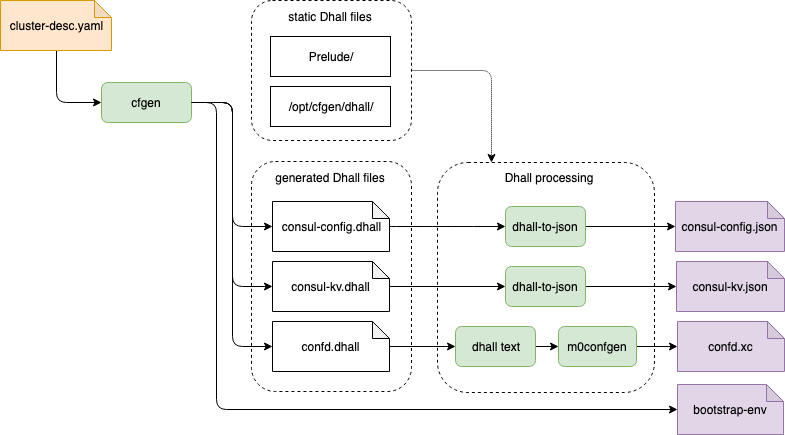
The draw.io diagram rfc/3/cfgen.png in Seagate/cortx-hare, before a commit. Source tidied: cells renumbered, new cells last; positions are measured from the earlier drawing's top-left corner, leaving out a move shared by most shapes.
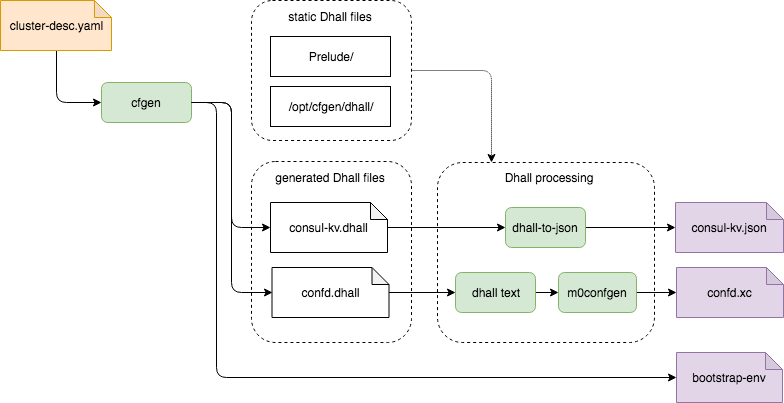
Later version of the same file.

Commit message:
rfc/{3,6}: bootstrap update - don't copy consul config files

The edit, as a diff of the source:
```diff
@@ -12,52 +12,40 @@
       <mxGeometry x="245" y="6" width="170" height="20" as="geometry" />
     </mxCell>
     <mxCell id="5" style="rounded=1;whiteSpace=wrap;html=1;arcSize=14;dashed=1;" parent="1" vertex="1">
-      <mxGeometry x="437" y="162" width="217" height="230" as="geometry" />
+      <mxGeometry x="437" y="162" width="217" height="180" as="geometry" />
     </mxCell>
     <mxCell id="6" style="rounded=1;whiteSpace=wrap;html=1;dashed=1;" parent="1" vertex="1">
-      <mxGeometry x="251" y="161" width="160" height="230" as="geometry" />
+      <mxGeometry x="251" y="161" width="160" height="181" as="geometry" />
     </mxCell>
     <mxCell id="7" style="edgeStyle=orthogonalEdgeStyle;rounded=0;jettySize=auto;html=1;" parent="1" edge="1" source="8" target="13">
       <mxGeometry relative="1" as="geometry" />
     </mxCell>
     <mxCell id="8" value="confd.dhall" style="shape=note;whiteSpace=wrap;html=1;backgroundOutline=1;darkOpacity=0.05;size=17;" parent="1" vertex="1">
-      <mxGeometry x="272" y="321" width="117" height="50" as="geometry" />
+      <mxGeometry x="271.5" y="267" width="117" height="50" as="geometry" />
     </mxCell>
     <mxCell id="9" style="edgeStyle=orthogonalEdgeStyle;rounded=0;jettySize=auto;html=1;entryX=0;entryY=0.5;entryDx=0;entryDy=0;" parent="1" edge="1" source="29" target="27">
       <mxGeometry relative="1" as="geometry" />
     </mxCell>
-    <mxCell id="10" style="edgeStyle=orthogonalEdgeStyle;curved=1;jettySize=auto;html=1;entryX=0;entryY=0.5;entryDx=0;entryDy=0;" parent="1" edge="1" source="11" target="28">
-      <mxGeometry relative="1" as="geometry" />
-    </mxCell>
-    <mxCell id="11" value="consul-config.dhall" style="shape=note;whiteSpace=wrap;html=1;backgroundOutline=1;darkOpacity=0.05;size=17;" parent="1" vertex="1">
-      <mxGeometry x="272" y="201" width="117" height="50" as="geometry" />
-    </mxCell>
     <mxCell id="12" style="edgeStyle=orthogonalEdgeStyle;rounded=0;jettySize=auto;html=1;exitX=1;exitY=0.5;exitDx=0;exitDy=0;entryX=0;entryY=0.5;entryDx=0;entryDy=0;" parent="1" edge="1" source="13" target="17">
       <mxGeometry relative="1" as="geometry" />
     </mxCell>
     <mxCell id="13" value="dhall text" style="rounded=1;whiteSpace=wrap;html=1;fillColor=#D5E8D4;strokeColor=#82B366;" parent="1" vertex="1">
-      <mxGeometry x="455" y="326" width="80" height="40" as="geometry" />
+      <mxGeometry x="455" y="272" width="80" height="40" as="geometry" />
     </mxCell>
     <mxCell id="14" style="edgeStyle=orthogonalEdgeStyle;rounded=0;jettySize=auto;html=1;exitX=1;exitY=0.5;exitDx=0;exitDy=0;entryX=0;entryY=0.5;entryDx=0;entryDy=0;entryPerimeter=0;" parent="1" edge="1" source="27" target="25">
       <mxGeometry relative="1" as="geometry" />
     </mxCell>
-    <mxCell id="15" style="edgeStyle=orthogonalEdgeStyle;rounded=0;jettySize=auto;html=1;exitX=1;exitY=0.5;exitDx=0;exitDy=0;entryX=0;entryY=0.5;entryDx=0;entryDy=0;entryPerimeter=0;" parent="1" edge="1" source="28" target="26">
-      <mxGeometry relative="1" as="geometry" />
-    </mxCell>
     <mxCell id="16" style="edgeStyle=orthogonalEdgeStyle;rounded=0;jettySize=auto;html=1;entryX=0;entryY=0.5;entryDx=0;entryDy=0;entryPerimeter=0;" parent="1" edge="1" source="17" target="24">
       <mxGeometry relative="1" as="geometry" />
     </mxCell>
     <mxCell id="17" value="m0confgen" style="rounded=1;whiteSpace=wrap;html=1;fontStyle=0;fillColor=#D5E8D4;strokeColor=#82B366;" parent="1" vertex="1">
-      <mxGeometry x="558" y="326" width="78" height="40" as="geometry" />
+      <mxGeometry x="558" y="272" width="78" height="40" as="geometry" />
     </mxCell>
-    <mxCell id="18" style="edgeStyle=orthogonalEdgeStyle;jettySize=auto;html=1;exitX=1;exitY=0.5;exitDx=0;exitDy=0;entryX=0;entryY=0.5;entryDx=0;entryDy=0;rounded=1;entryPerimeter=0;" parent="1" edge="1" source="20" target="11">
-      <mxGeometry relative="1" as="geometry" />
-    </mxCell>
     <mxCell id="19" style="edgeStyle=orthogonalEdgeStyle;rounded=1;jettySize=auto;html=1;exitX=1;exitY=0.5;exitDx=0;exitDy=0;entryX=0;entryY=0.5;entryDx=0;entryDy=0;entryPerimeter=0;startArrow=none;startFill=0;endArrow=classic;endFill=1;" parent="1" edge="1" source="20" target="30">
       <mxGeometry relative="1" as="geometry">
         <Array as="points">
           <mxPoint x="216" y="102" />
-          <mxPoint x="216" y="409" />
+          <mxPoint x="216" y="377" />
         </Array>
       </mxGeometry>
     </mxCell>
@@ -74,25 +62,19 @@
       <mxGeometry x="245" y="167" width="170" height="20" as="geometry" />
     </mxCell>
     <mxCell id="24" value="confd.xc" style="shape=note;whiteSpace=wrap;html=1;backgroundOutline=1;darkOpacity=0.05;size=17;fillColor=#e1d5e7;strokeColor=#9673a6;" parent="1" vertex="1">
-      <mxGeometry x="677" y="321" width="107" height="50" as="geometry" />
+      <mxGeometry x="676" y="267" width="107" height="50" as="geometry" />
     </mxCell>
     <mxCell id="25" value="consul-kv.json" style="shape=note;whiteSpace=wrap;html=1;backgroundOutline=1;darkOpacity=0.05;size=17;fillColor=#e1d5e7;strokeColor=#9673a6;" parent="1" vertex="1">
-      <mxGeometry x="676" y="261" width="108" height="50" as="geometry" />
+      <mxGeometry x="675" y="202" width="108" height="50" as="geometry" />
     </mxCell>
-    <mxCell id="26" value="consul-config.json" style="shape=note;whiteSpace=wrap;html=1;backgroundOutline=1;darkOpacity=0.05;size=17;fillColor=#e1d5e7;strokeColor=#9673a6;" parent="1" vertex="1">
-      <mxGeometry x="675" y="201" width="109" height="50" as="geometry" />
-    </mxCell>
     <mxCell id="27" value="dhall-to-json" style="rounded=1;whiteSpace=wrap;html=1;fillColor=#D5E8D4;strokeColor=#82B366;" parent="1" vertex="1">
-      <mxGeometry x="505" y="266" width="80" height="40" as="geometry" />
+      <mxGeometry x="505" y="207" width="80" height="40" as="geometry" />
     </mxCell>
-    <mxCell id="28" value="dhall-to-json" style="rounded=1;whiteSpace=wrap;html=1;fillColor=#D5E8D4;strokeColor=#82B366;" parent="1" vertex="1">
-      <mxGeometry x="505" y="206" width="80" height="40" as="geometry" />
-    </mxCell>
     <mxCell id="29" value="consul-kv.dhall" style="shape=note;whiteSpace=wrap;html=1;backgroundOutline=1;darkOpacity=0.05;size=17;" parent="1" vertex="1">
-      <mxGeometry x="272" y="261" width="117" height="50" as="geometry" />
+      <mxGeometry x="270" y="202" width="117" height="50" as="geometry" />
     </mxCell>
     <mxCell id="30" value="bootstrap-env" style="shape=note;whiteSpace=wrap;html=1;backgroundOutline=1;darkOpacity=0.05;size=17;fillColor=#e1d5e7;strokeColor=#9673a6;" parent="1" vertex="1">
-      <mxGeometry x="677" y="384" width="106" height="50" as="geometry" />
+      <mxGeometry x="676" y="352" width="106" height="50" as="geometry" />
     </mxCell>
     <mxCell id="31" value="Prelude/" style="rounded=0;whiteSpace=wrap;html=1;" parent="1" vertex="1">
       <mxGeometry x="270" y="36" width="120" height="40" as="geometry" />
```
